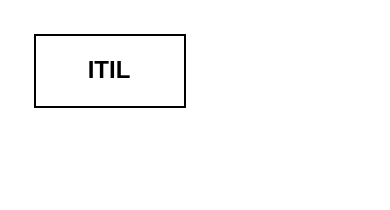
AlexTprog/ApuntesSM keeps this draw.io diagram as CICLO-9/GerenciaTI/ITIL.dio. Above is the earlier version. Source tidied: cells renumbered, new cells numbered last; positions are measured from the earlier drawing's top-left corner, leaving out a move shared by most shapes. Both pictures are drawn from the tidied source at 200%, with x=0, y=0 at pixel (34, 34).
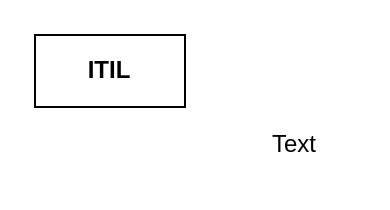
Above is the later version.

What changed in the source:
```diff
@@
 <mxGraphModel>
   <root>
     <mxCell id="0" />
     <mxCell id="1" parent="0" />
     <mxCell id="2" value="ITIL" style="rounded=0;whiteSpace=wrap;html=1;fontStyle=1;" parent="1" vertex="1">
       <mxGeometry width="75" height="36" as="geometry" />
     </mxCell>
+    <mxCell id="3" value="Text" style="text;strokeColor=none;align=center;fillColor=none;html=1;verticalAlign=middle;whiteSpace=wrap;rounded=0;" parent="1" vertex="1">
+      <mxGeometry x="100" y="40" width="60" height="30" as="geometry" />
+    </mxCell>
   </root>
 </mxGraphModel>
```
